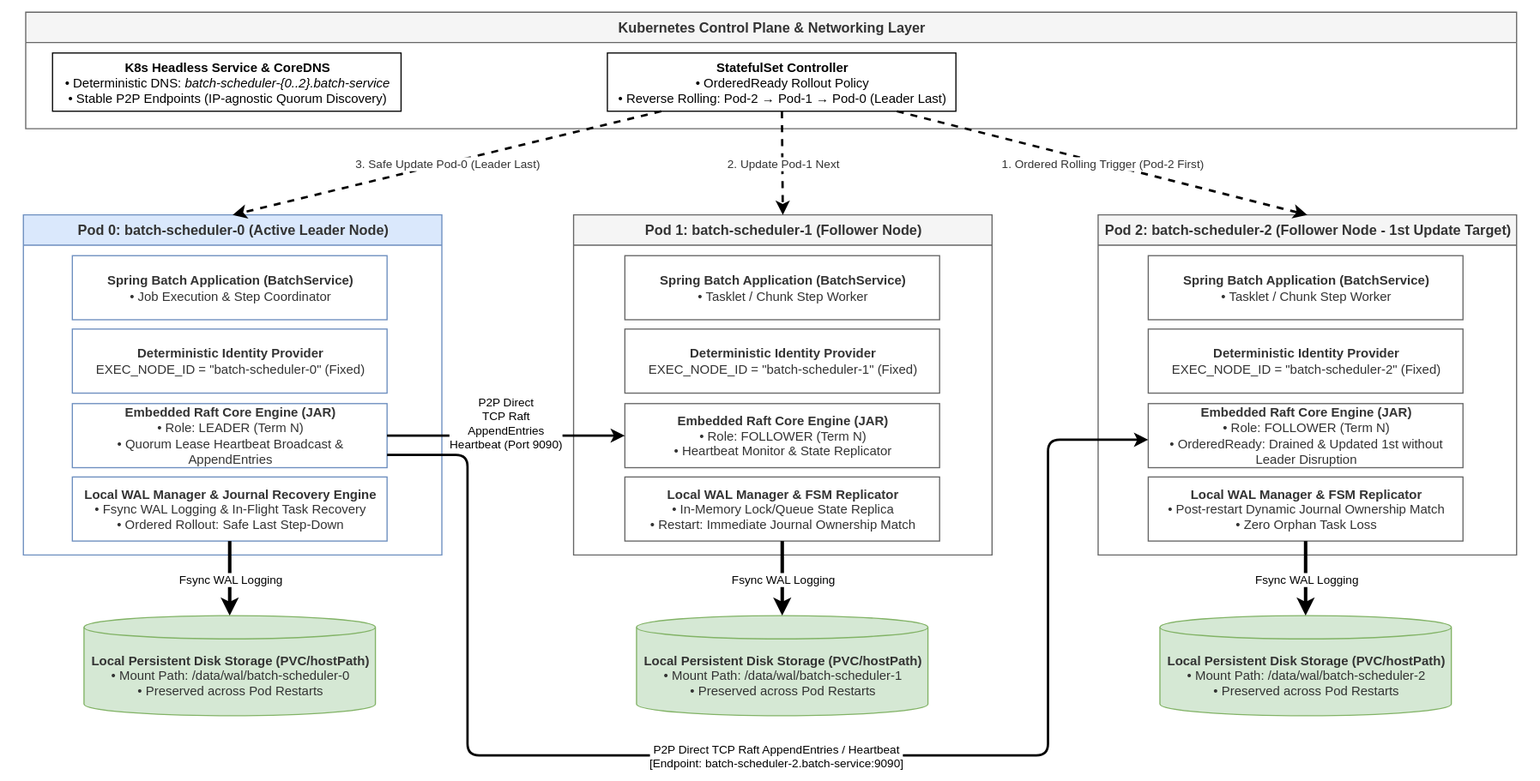
Before: assets/drawio/4.1.7.2.1 K8s StatefulSet Overview.svg, a diagram exported from draw.io (reddiana/a-cert). Source tidied: cells renumbered, new cells last; positions are measured from the earlier drawing's top-left corner, leaving out a move shared by most shapes.
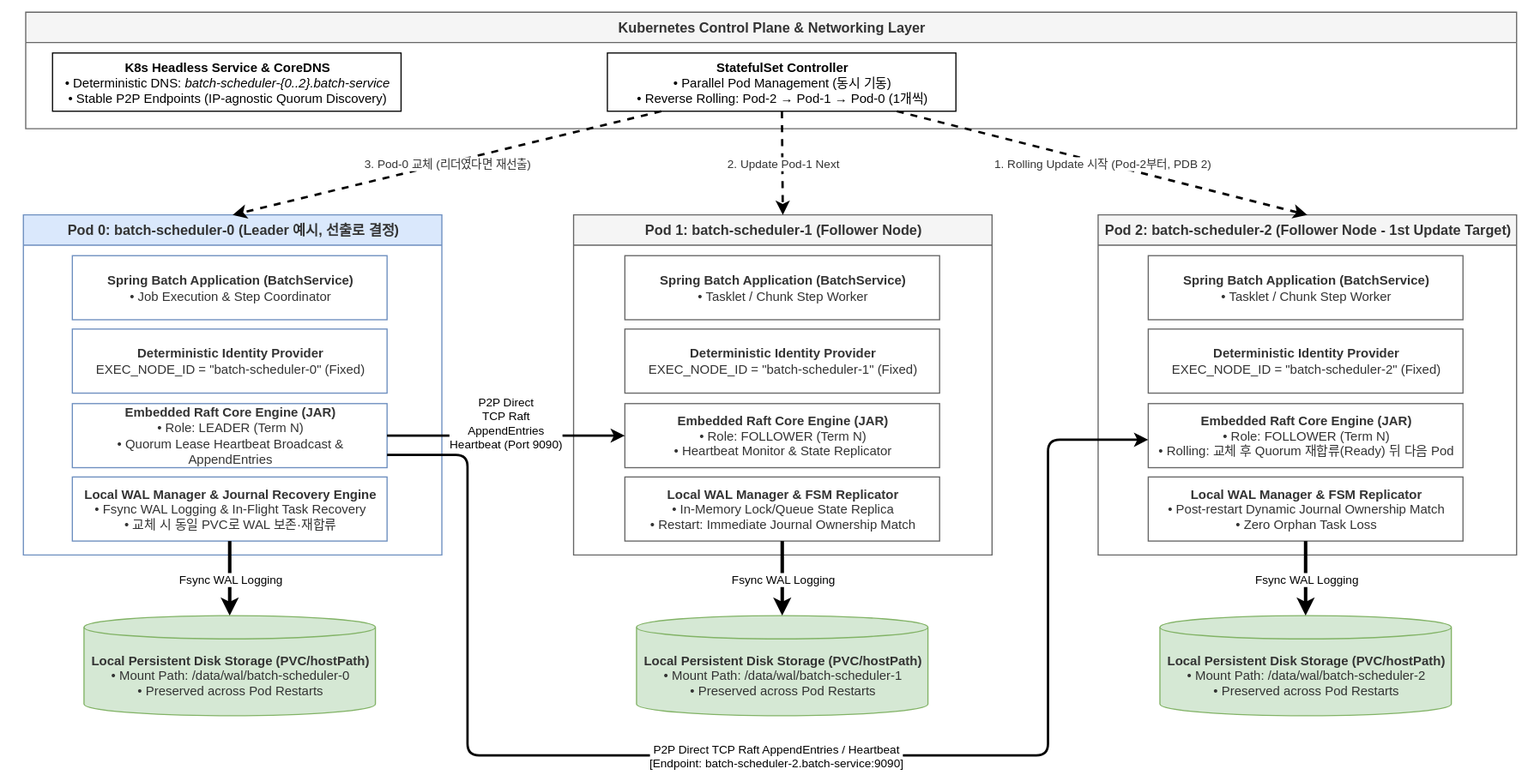
After the change.

Commit message:
구성도 OrderedReady 표기 수정 및 면접 문서 볼드 표기 정리

The edit, as a diff of the source:
```diff
@@ -5,13 +5,13 @@
     <mxCell id="2" value="Kubernetes Control Plane &amp; Networking Layer" style="swimlane;whiteSpace=wrap;html=1;rounded=0;fillColor=#f5f5f5;strokeColor=#666666;fontStyle=1;align=center;fontColor=#333333;startSize=26;" parent="1" vertex="1">
       <mxGeometry x="2" width="1279" height="100" as="geometry" />
     </mxCell>
-    <mxCell id="3" value="&lt;b&gt;StatefulSet Controller&lt;/b&gt;&lt;br&gt;• OrderedReady Rollout Policy&lt;br&gt;• Reverse Rolling: Pod-2 → Pod-1 → Pod-0 (Leader Last)" style="rounded=0;whiteSpace=wrap;html=1;fontSize=11;" parent="2" vertex="1">
+    <mxCell id="3" value="&lt;b&gt;StatefulSet Controller&lt;/b&gt;&lt;br&gt;• Parallel Pod Management (동시 기동)&lt;br&gt;• Reverse Rolling: Pod-2 → Pod-1 → Pod-0 (1개씩)" style="rounded=0;whiteSpace=wrap;html=1;fontSize=11;" parent="2" vertex="1">
       <mxGeometry x="499" y="35" width="299" height="50" as="geometry" />
     </mxCell>
     <mxCell id="4" value="&lt;b&gt;K8s Headless Service &amp; CoreDNS&lt;/b&gt;&lt;br&gt;• Deterministic DNS: &lt;i&gt;batch-scheduler-{0..2}.batch-service&lt;/i&gt;&lt;br&gt;• Stable P2P Endpoints (IP-agnostic Quorum Discovery)" style="rounded=0;whiteSpace=wrap;html=1;fontSize=11;" parent="2" vertex="1">
       <mxGeometry x="23" y="35" width="299" height="50" as="geometry" />
     </mxCell>
-    <mxCell id="5" value="Pod 0: batch-scheduler-0 (Active Leader Node)" style="swimlane;whiteSpace=wrap;html=1;rounded=0;fillColor=#dae8fc;strokeColor=#6c8ebf;fontStyle=1;align=center;fontColor=#333333;startSize=26;" parent="1" vertex="1">
+    <mxCell id="5" value="Pod 0: batch-scheduler-0 (Leader 예시, 선출로 결정)" style="swimlane;whiteSpace=wrap;html=1;rounded=0;fillColor=#dae8fc;strokeColor=#6c8ebf;fontStyle=1;align=center;fontColor=#333333;startSize=26;" parent="1" vertex="1">
       <mxGeometry y="174" width="359" height="292" as="geometry" />
     </mxCell>
     <mxCell id="6" value="&lt;b&gt;Spring Batch Application (BatchService)&lt;/b&gt;&lt;br&gt;• Job Execution &amp; Step Coordinator" style="rounded=0;whiteSpace=wrap;html=1;fillColor=#ffffff;strokeColor=#6c8ebf;fontColor=#333333;fontSize=11;" parent="5" vertex="1">
@@ -23,7 +23,7 @@
     <mxCell id="8" value="&lt;b&gt;Embedded Raft Core Engine (JAR)&lt;/b&gt;&lt;br&gt;• Role: LEADER (Term N)&lt;br&gt;• Quorum Lease Heartbeat Broadcast &amp; AppendEntries" style="rounded=0;whiteSpace=wrap;html=1;fillColor=#ffffff;strokeColor=#6c8ebf;fontColor=#333333;fontSize=11;" parent="5" vertex="1">
       <mxGeometry x="42" y="162" width="270" height="55" as="geometry" />
     </mxCell>
-    <mxCell id="9" value="&lt;b&gt;Local WAL Manager &amp; Journal Recovery Engine&lt;/b&gt;&lt;br&gt;• Fsync WAL Logging &amp; In-Flight Task Recovery&lt;br&gt;• Ordered Rollout: Safe Last Step-Down" style="rounded=0;whiteSpace=wrap;html=1;fillColor=#ffffff;strokeColor=#6c8ebf;fontColor=#333333;fontSize=11;" parent="5" vertex="1">
+    <mxCell id="9" value="&lt;b&gt;Local WAL Manager &amp; Journal Recovery Engine&lt;/b&gt;&lt;br&gt;• Fsync WAL Logging &amp; In-Flight Task Recovery&lt;br&gt;• 교체 시 동일 PVC로 WAL 보존·재합류" style="rounded=0;whiteSpace=wrap;html=1;fillColor=#ffffff;strokeColor=#6c8ebf;fontColor=#333333;fontSize=11;" parent="5" vertex="1">
       <mxGeometry x="42" y="225" width="270" height="55" as="geometry" />
     </mxCell>
     <mxCell id="10" value="Pod 1: batch-scheduler-1 (Follower Node)" style="swimlane;whiteSpace=wrap;html=1;rounded=0;fillColor=#f5f5f5;strokeColor=#666666;fontStyle=1;align=center;fontColor=#333333;startSize=26;" parent="1" vertex="1">
@@ -50,19 +50,19 @@
     <mxCell id="17" value="&lt;b&gt;Deterministic Identity Provider&lt;/b&gt;&lt;br&gt;EXEC_NODE_ID = &quot;batch-scheduler-2&quot; (Fixed)" style="rounded=0;whiteSpace=wrap;html=1;fillColor=#ffffff;strokeColor=#666666;fontColor=#333333;fontSize=11;" parent="15" vertex="1">
       <mxGeometry x="43" y="98" width="270" height="55" as="geometry" />
     </mxCell>
-    <mxCell id="18" value="&lt;b&gt;Embedded Raft Core Engine (JAR)&lt;/b&gt;&lt;br&gt;• Role: FOLLOWER (Term N)&lt;br&gt;• OrderedReady: Drained &amp; Updated 1st without Leader Disruption" style="rounded=0;whiteSpace=wrap;html=1;fillColor=#ffffff;strokeColor=#666666;fontColor=#333333;fontSize=11;" parent="15" vertex="1">
+    <mxCell id="18" value="&lt;b&gt;Embedded Raft Core Engine (JAR)&lt;/b&gt;&lt;br&gt;• Role: FOLLOWER (Term N)&lt;br&gt;• Rolling: 교체 후 Quorum 재합류(Ready) 뒤 다음 Pod" style="rounded=0;whiteSpace=wrap;html=1;fillColor=#ffffff;strokeColor=#666666;fontColor=#333333;fontSize=11;" parent="15" vertex="1">
       <mxGeometry x="43" y="162" width="270" height="55" as="geometry" />
     </mxCell>
     <mxCell id="19" value="&lt;b&gt;Local WAL Manager &amp; FSM Replicator&lt;/b&gt;&lt;br&gt;• Post-restart Dynamic Journal Ownership Match&lt;br&gt;• Zero Orphan Task Loss" style="rounded=0;whiteSpace=wrap;html=1;fillColor=#ffffff;strokeColor=#666666;fontColor=#333333;fontSize=11;" parent="15" vertex="1">
       <mxGeometry x="43" y="225" width="270" height="55" as="geometry" />
     </mxCell>
-    <mxCell id="20" value="1. Ordered Rolling Trigger (Pod-2 First)" style="rounded=0;jettySize=auto;html=1;entryX=0.5;entryY=0;entryDx=0;entryDy=0;dashed=1;strokeWidth=2;fontColor=#333333;fontSize=10;" parent="1" edge="1" source="3" target="15">
+    <mxCell id="20" value="1. Rolling Update 시작 (Pod-2부터, PDB 2)" style="rounded=0;jettySize=auto;html=1;entryX=0.5;entryY=0;entryDx=0;entryDy=0;dashed=1;strokeWidth=2;fontColor=#333333;fontSize=10;" parent="1" edge="1" source="3" target="15">
       <mxGeometry relative="1" as="geometry" />
     </mxCell>
     <mxCell id="21" value="2. Update Pod-1 Next" style="rounded=0;jettySize=auto;html=1;entryX=0.5;entryY=0;entryDx=0;entryDy=0;dashed=1;strokeWidth=2;fontColor=#333333;fontSize=10;" parent="1" edge="1" source="3" target="10">
       <mxGeometry relative="1" as="geometry" />
     </mxCell>
-    <mxCell id="22" value="3. Safe Update Pod-0 (Leader Last)" style="rounded=0;jettySize=auto;html=1;entryX=0.5;entryY=0;entryDx=0;entryDy=0;dashed=1;strokeWidth=2;fontColor=#333333;fontSize=10;" parent="1" edge="1" source="3" target="5">
+    <mxCell id="22" value="3. Pod-0 교체 (리더였다면 재선출)" style="rounded=0;jettySize=auto;html=1;entryX=0.5;entryY=0;entryDx=0;entryDy=0;dashed=1;strokeWidth=2;fontColor=#333333;fontSize=10;" parent="1" edge="1" source="3" target="5">
       <mxGeometry relative="1" as="geometry" />
     </mxCell>
     <mxCell id="23" value="P2P Direct &lt;br&gt;TCP Raft &lt;br&gt;AppendEntries &lt;br&gt;Heartbeat (Port 9090)&lt;div&gt;&lt;br&gt;&lt;/div&gt;" style="edgeStyle=orthogonalEdgeStyle;rounded=0;jettySize=auto;html=1;exitX=1;exitY=0.5;exitDx=0;exitDy=0;entryX=0;entryY=0.5;entryDx=0;entryDy=0;strokeWidth=2;fontColor=#000000;fontSize=10;labelBackgroundColor=default;" parent="1" edge="1" source="8" target="13">
```
